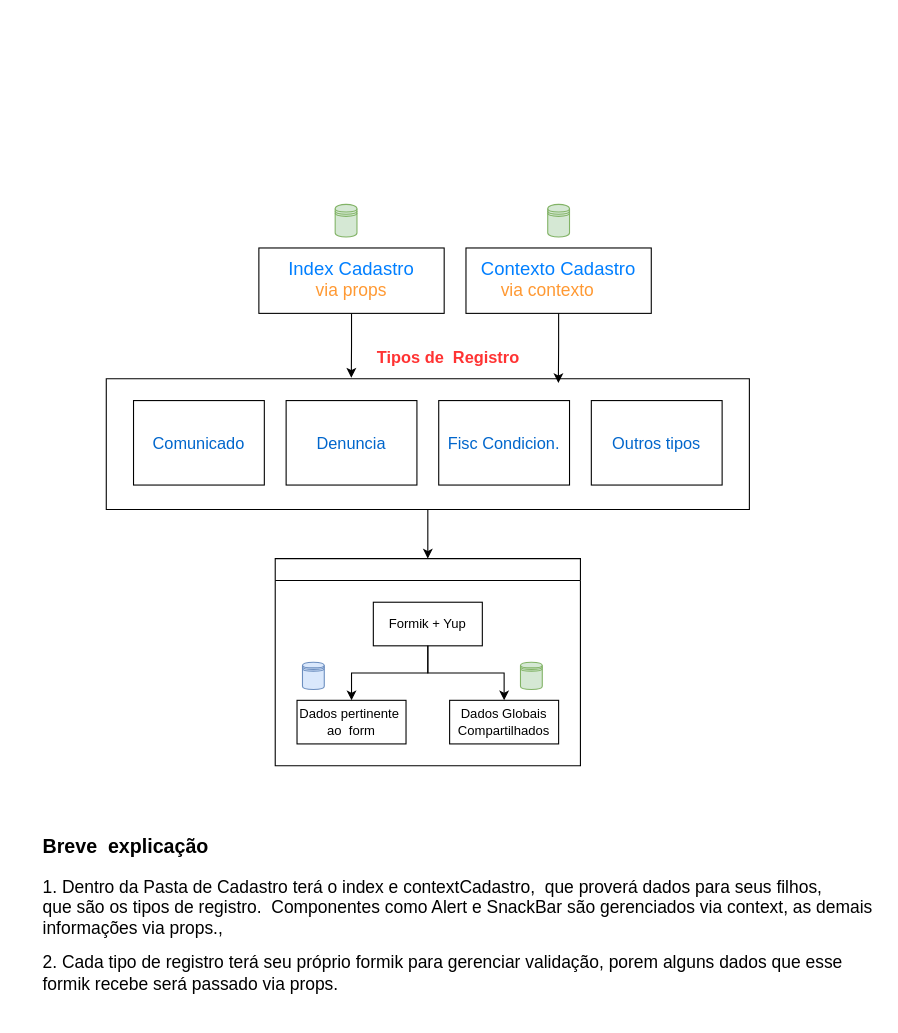
Before: Untitled Diagram.drawio in Rafaela-Fernandes/calculo-esmalte, a draw.io diagram. Source tidied: cells renumbered, new cells numbered last; positions are measured from the earlier drawing's top-left corner, leaving out a move shared by most shapes. Both pictures are drawn from the tidied source at 109%, with x=0, y=0 at pixel (40, 204).
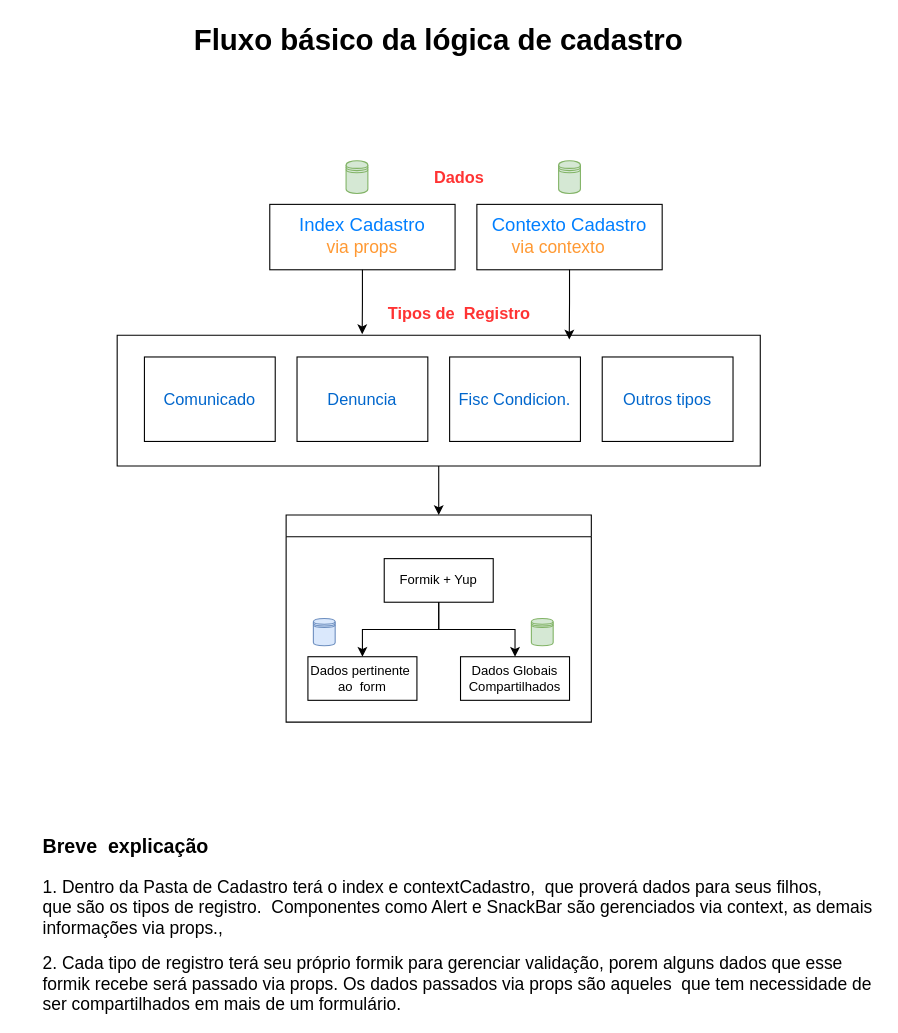
The same diagram, later.

Commit message:
atualizado os dados

Unchanged cells that the change refers to:
```xml
<mxCell id="3" style="rounded=0;whiteSpace=wrap;html=1;" parent="2" vertex="1">
  <mxGeometry width="170" height="60" as="geometry" />
</mxCell>
<mxCell id="8" style="rounded=0;whiteSpace=wrap;html=1;" parent="7" vertex="1">
  <mxGeometry width="170" height="60" as="geometry" />
</mxCell>
<mxCell id="14" style="verticalLabelPosition=bottom;verticalAlign=top;html=1;shape=mxgraph.basic.rect;fillColor2=none;strokeWidth=1;size=20;indent=5;fontSize=15;fontColor=#007FFF;" parent="12" vertex="1">
  <mxGeometry width="590" height="120" as="geometry" />
</mxCell>
```

The edit, as a diff of the source:
```diff
@@
+    <mxCell id="38" value="Breve&amp;nbsp; explicação&amp;nbsp;" style="text;html=1;strokeColor=none;fillColor=none;align=left;verticalAlign=middle;whiteSpace=wrap;rounded=0;fontSize=18;fontStyle=1;" parent="1" vertex="1">
+      <mxGeometry y="580" width="770" height="20" as="geometry" />
+    </mxCell>
+    <mxCell id="39" value="1. Dentro da Pasta de Cadastro terá o index e contextCadastro,&amp;nbsp; que proverá dados para seus filhos, que&amp;nbsp;são os tipos de registro.&amp;nbsp; Componentes como Alert e SnackBar são gerenciados via context, as demais&lt;br&gt;informações via props.,&amp;nbsp;&amp;nbsp;" style="text;html=1;strokeColor=none;fillColor=none;align=left;verticalAlign=middle;whiteSpace=wrap;rounded=0;fontSize=16;fontStyle=0;" parent="1" vertex="1">
+      <mxGeometry y="620" width="770" height="50" as="geometry" />
+    </mxCell>
+    <mxCell id="40" value="2. Cada tipo de registro terá seu próprio formik para gerenciar validação, porem alguns dados que esse formik recebe será passado via props. Os dados passados via props são aqueles&amp;nbsp; que tem necessidade de ser compartilhados em mais de um formulário.&amp;nbsp; &amp;nbsp;" style="text;html=1;strokeColor=none;fillColor=none;align=left;verticalAlign=middle;whiteSpace=wrap;rounded=0;fontSize=16;fontStyle=0;" parent="1" vertex="1">
+      <mxGeometry y="690" width="770" height="50" as="geometry" />
+    </mxCell>
+    <mxCell id="41" style="group;" parent="1" vertex="1">
+      <mxGeometry x="70" y="-40" width="689" height="515" as="geometry" />
+    </mxCell>
-    <mxCell id="2" style="group;" parent="1" vertex="1">
-      <mxGeometry x="200" y="40" width="170" height="60" as="geometry" />
+    <mxCell id="2" style="group;" parent="41" vertex="1">
+      <mxGeometry x="140" y="40" width="170" height="60" as="geometry" />
     </mxCell>
@@
-    <mxCell id="6" style="shape=datastore;whiteSpace=wrap;html=1;fontSize=15;fillColor=#d5e8d4;strokeColor=#82b366;" parent="1" vertex="1">
-      <mxGeometry x="270" width="20" height="30" as="geometry" />
+    <mxCell id="6" style="shape=datastore;whiteSpace=wrap;html=1;fontSize=15;fillColor=#d5e8d4;strokeColor=#82b366;" parent="41" vertex="1">
+      <mxGeometry x="210" width="20" height="30" as="geometry" />
     </mxCell>
-    <mxCell id="7" style="group;" parent="1" vertex="1">
-      <mxGeometry x="390" y="40" width="170" height="60" as="geometry" />
+    <mxCell id="7" style="group;" parent="41" vertex="1">
+      <mxGeometry x="330" y="40" width="170" height="60" as="geometry" />
     </mxCell>
@@
-    <mxCell id="11" style="shape=datastore;whiteSpace=wrap;html=1;fontSize=15;fillColor=#d5e8d4;strokeColor=#82b366;" parent="1" vertex="1">
-      <mxGeometry x="465" width="20" height="30" as="geometry" />
+    <mxCell id="11" style="shape=datastore;whiteSpace=wrap;html=1;fontSize=15;fillColor=#d5e8d4;strokeColor=#82b366;" parent="41" vertex="1">
+      <mxGeometry x="405" width="20" height="30" as="geometry" />
     </mxCell>
-    <mxCell id="12" style="group;" parent="1" vertex="1">
-      <mxGeometry x="60" y="160" width="590" height="355" as="geometry" />
+    <mxCell id="12" style="group;" parent="41" vertex="1">
+      <mxGeometry y="160" width="689" height="355" as="geometry" />
     </mxCell>
@@
-    <mxCell id="35" style="edgeStyle=orthogonalEdgeStyle;rounded=0;jettySize=auto;html=1;entryX=0.381;entryY=-0.008;entryDx=0;entryDy=0;entryPerimeter=0;fontSize=15;fontColor=#007FFF;" parent="1" edge="1" source="3" target="14">
+    <mxCell id="35" style="edgeStyle=orthogonalEdgeStyle;rounded=0;jettySize=auto;html=1;entryX=0.381;entryY=-0.008;entryDx=0;entryDy=0;entryPerimeter=0;fontSize=15;fontColor=#007FFF;" parent="41" edge="1" source="3" target="14">
       <mxGeometry relative="1" as="geometry" />
     </mxCell>
-    <mxCell id="36" style="edgeStyle=orthogonalEdgeStyle;rounded=0;jettySize=auto;html=1;exitX=0.5;exitY=1;exitDx=0;exitDy=0;entryX=0.703;entryY=0.033;entryDx=0;entryDy=0;entryPerimeter=0;fontSize=15;fontColor=#007FFF;" parent="1" edge="1" source="8" target="14">
+    <mxCell id="36" style="edgeStyle=orthogonalEdgeStyle;rounded=0;jettySize=auto;html=1;exitX=0.5;exitY=1;exitDx=0;exitDy=0;entryX=0.703;entryY=0.033;entryDx=0;entryDy=0;entryPerimeter=0;fontSize=15;fontColor=#007FFF;" parent="41" edge="1" source="8" target="14">
       <mxGeometry relative="1" as="geometry" />
     </mxCell>
-    <mxCell id="37" value="Tipos de&amp;nbsp; Registro" style="text;html=1;strokeColor=none;fillColor=none;align=center;verticalAlign=middle;whiteSpace=wrap;rounded=0;fontSize=15;fontColor=#FF3333;fontStyle=1;" parent="1" vertex="1">
-      <mxGeometry x="299" y="130" width="150" height="20" as="geometry" />
+    <mxCell id="37" value="Tipos de&amp;nbsp; Registro" style="text;html=1;strokeColor=none;fillColor=none;align=center;verticalAlign=middle;whiteSpace=wrap;rounded=0;fontSize=15;fontColor=#FF3333;fontStyle=1;" parent="41" vertex="1">
+      <mxGeometry x="239" y="130" width="150" height="20" as="geometry" />
     </mxCell>
-    <mxCell id="38" value="Breve&amp;nbsp; explicação&amp;nbsp;" style="text;html=1;strokeColor=none;fillColor=none;align=left;verticalAlign=middle;whiteSpace=wrap;rounded=0;fontSize=18;fontStyle=1;" parent="1" vertex="1">
-      <mxGeometry y="580" width="770" height="20" as="geometry" />
-    </mxCell>
-    <mxCell id="39" value="1. Dentro da Pasta de Cadastro terá o index e contextCadastro,&amp;nbsp; que proverá dados para seus filhos, que&amp;nbsp;são os tipos de registro.&amp;nbsp; Componentes como Alert e SnackBar são gerenciados via context, as demais&lt;br&gt;informações via props.,&amp;nbsp;&amp;nbsp;" style="text;html=1;strokeColor=none;fillColor=none;align=left;verticalAlign=middle;whiteSpace=wrap;rounded=0;fontSize=16;fontStyle=0;" parent="1" vertex="1">
-      <mxGeometry y="620" width="770" height="50" as="geometry" />
-    </mxCell>
-    <mxCell id="40" value="2. Cada tipo de registro terá seu próprio formik para gerenciar validação, porem alguns dados que esse formik recebe será passado via props.&amp;nbsp;" style="text;html=1;strokeColor=none;fillColor=none;align=left;verticalAlign=middle;whiteSpace=wrap;rounded=0;fontSize=16;fontStyle=0;" parent="1" vertex="1">
-      <mxGeometry y="680" width="770" height="50" as="geometry" />
-    </mxCell>
+    <mxCell id="42" value="Dados" style="text;html=1;strokeColor=none;fillColor=none;align=center;verticalAlign=middle;whiteSpace=wrap;rounded=0;fontSize=15;fontColor=#FF3333;fontStyle=1;" parent="41" vertex="1">
+      <mxGeometry x="239" y="5" width="150" height="20" as="geometry" />
+    </mxCell>
+    <mxCell id="43" value="&lt;font style=&quot;font-size: 27px&quot;&gt;Fluxo básico da lógica de cadastro&lt;/font&gt;" style="text;html=1;strokeColor=none;fillColor=none;align=center;verticalAlign=middle;whiteSpace=wrap;rounded=0;fontSize=18;fontStyle=1;" parent="1" vertex="1">
+      <mxGeometry x="-20" y="-170" width="770" height="40" as="geometry" />
+    </mxCell>
```
